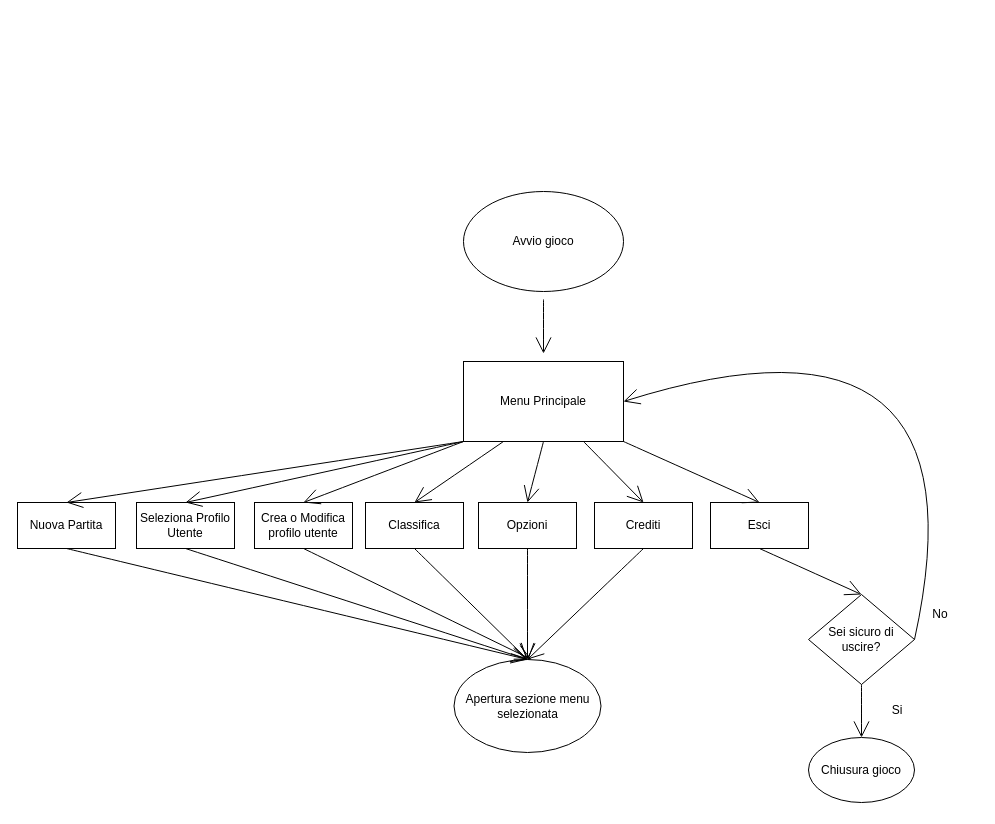
Earlier version of the draw.io diagram doc/Progetti Drawio/MenuPricipaleFlowChart.drawio (zSavT/Healthy-Catering). Source tidied: cells renumbered, new cells numbered last; positions are measured from the earlier drawing's top-left corner, leaving out a move shared by most shapes. Both pictures are drawn from the tidied source at 100%, with x=0, y=0 at pixel (17, 191).
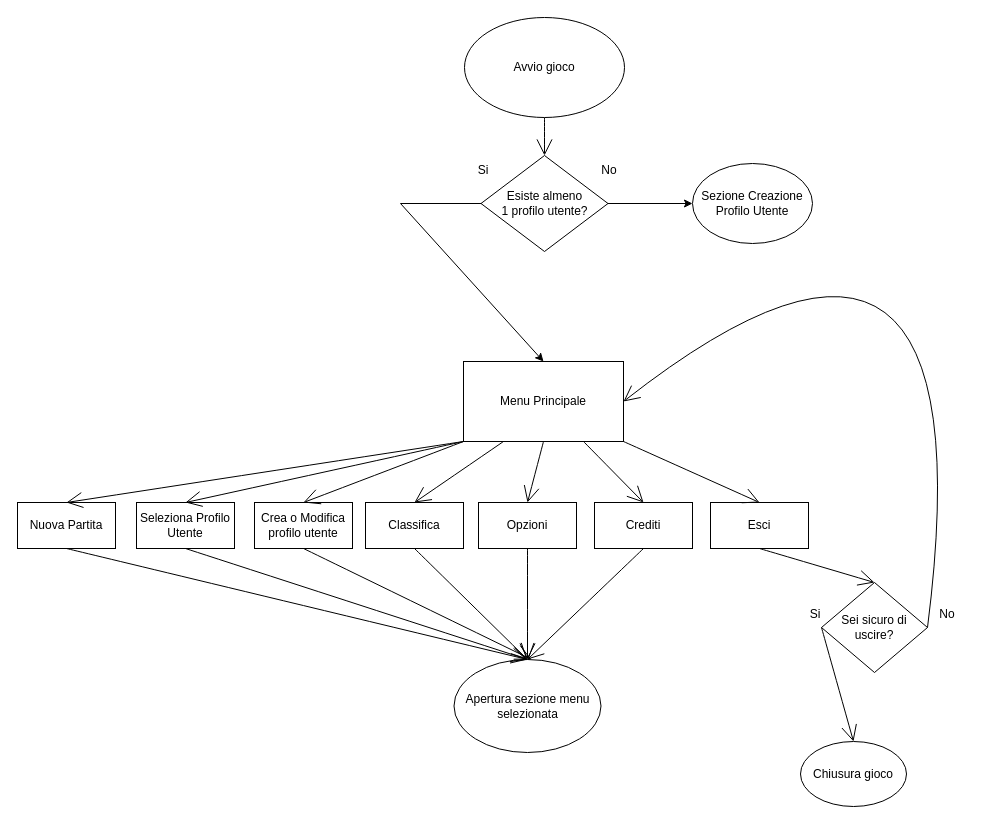
The same page after the edit.

Unchanged cells that the change refers to:
```xml
<mxCell id="2" value="Menu Principale" style="rounded=0;whiteSpace=wrap;html=1;hachureGap=4;" parent="1" vertex="1">
  <mxGeometry x="446" y="170" width="160" height="80" as="geometry" />
</mxCell>
```

Diff of the diagram source:
```diff
@@
-    <mxCell id="3" style="edgeStyle=none;curved=1;rounded=0;jettySize=auto;html=1;endArrow=open;startSize=14;endSize=14;sourcePerimeterSpacing=8;targetPerimeterSpacing=8;" parent="1" edge="1" source="4" target="2">
+    <mxCell id="3" style="edgeStyle=none;curved=1;rounded=0;jettySize=auto;html=1;endArrow=open;startSize=14;endSize=14;sourcePerimeterSpacing=8;targetPerimeterSpacing=8;exitX=0.5;exitY=1;exitDx=0;exitDy=0;entryX=0.5;entryY=0;entryDx=0;entryDy=0;" parent="1" edge="1" source="4" target="33">
       <mxGeometry relative="1" as="geometry" />
     </mxCell>
     <mxCell id="4" value="Avvio gioco" style="ellipse;whiteSpace=wrap;html=1;hachureGap=4;" parent="1" vertex="1">
-      <mxGeometry x="446" width="160" height="100" as="geometry" />
+      <mxGeometry x="447" y="-174" width="160" height="100" as="geometry" />
     </mxCell>
@@
     <mxCell id="7" value="Sei sicuro di uscire?" style="rhombus;whiteSpace=wrap;html=1;hachureGap=4;" parent="1" vertex="1">
-      <mxGeometry x="791" y="403" width="106" height="90" as="geometry" />
+      <mxGeometry x="804" y="391" width="106" height="90" as="geometry" />
     </mxCell>
@@
     <mxCell id="9" value="No" style="text;strokeColor=none;fillColor=none;html=1;align=center;verticalAlign=middle;whiteSpace=wrap;rounded=0;hachureGap=4;" parent="1" vertex="1">
-      <mxGeometry x="893" y="408" width="60" height="30" as="geometry" />
+      <mxGeometry x="900" y="408" width="60" height="30" as="geometry" />
     </mxCell>
     <mxCell id="10" value="Chiusura gioco" style="ellipse;whiteSpace=wrap;html=1;hachureGap=4;" parent="1" vertex="1">
-      <mxGeometry x="791" y="546" width="106" height="65" as="geometry" />
+      <mxGeometry x="783" y="550" width="106" height="65" as="geometry" />
     </mxCell>
-    <mxCell id="11" style="edgeStyle=none;jettySize=auto;html=1;rounded=0;endArrow=open;startSize=14;endSize=14;sourcePerimeterSpacing=8;targetPerimeterSpacing=8;curved=1;entryX=0.5;entryY=0;entryDx=0;entryDy=0;exitX=0.5;exitY=1;exitDx=0;exitDy=0;" parent="1" edge="1" source="7" target="10">
+    <mxCell id="11" style="edgeStyle=none;jettySize=auto;html=1;rounded=0;endArrow=open;startSize=14;endSize=14;sourcePerimeterSpacing=8;targetPerimeterSpacing=8;curved=1;entryX=0.5;entryY=0;entryDx=0;entryDy=0;exitX=0;exitY=0.5;exitDx=0;exitDy=0;" parent="1" edge="1" source="7" target="10">
       <mxGeometry relative="1" as="geometry" />
     </mxCell>
     <mxCell id="12" value="Si" style="text;strokeColor=none;fillColor=none;html=1;align=center;verticalAlign=middle;whiteSpace=wrap;rounded=0;hachureGap=4;" parent="1" vertex="1">
-      <mxGeometry x="850" y="504" width="60" height="30" as="geometry" />
+      <mxGeometry x="768" y="408" width="60" height="30" as="geometry" />
     </mxCell>
@@
     <mxCell id="26" style="edgeStyle=none;jettySize=auto;html=1;rounded=0;endArrow=open;startSize=14;endSize=14;sourcePerimeterSpacing=8;targetPerimeterSpacing=8;curved=1;exitX=1;exitY=0.5;exitDx=0;exitDy=0;entryX=1;entryY=0.5;entryDx=0;entryDy=0;" parent="1" edge="1" source="7" target="2">
       <mxGeometry relative="1" as="geometry">
         <Array as="points">
-          <mxPoint x="975" y="94" />
+          <mxPoint x="976" y="-80" />
         </Array>
       </mxGeometry>
     </mxCell>
@@
+    <mxCell id="33" value="Esiste almeno&lt;br&gt;1 profilo utente?" style="rhombus;whiteSpace=wrap;html=1;" parent="1" vertex="1">
+      <mxGeometry x="463.5" y="-36" width="127" height="96" as="geometry" />
+    </mxCell>
+    <mxCell id="34" value="Si" style="text;html=1;strokeColor=none;fillColor=none;align=center;verticalAlign=middle;whiteSpace=wrap;rounded=0;" parent="1" vertex="1">
+      <mxGeometry x="436" y="-36" width="60" height="30" as="geometry" />
+    </mxCell>
+    <mxCell id="35" value="No" style="text;html=1;strokeColor=none;fillColor=none;align=center;verticalAlign=middle;whiteSpace=wrap;rounded=0;" parent="1" vertex="1">
+      <mxGeometry x="562" y="-36" width="60" height="30" as="geometry" />
+    </mxCell>
+    <mxCell id="36" style="endArrow=classic;html=1;rounded=0;exitX=0;exitY=0.5;exitDx=0;exitDy=0;entryX=0.5;entryY=0;entryDx=0;entryDy=0;" parent="1" edge="1" source="33" target="2">
+      <mxGeometry relative="1" as="geometry">
+        <Array as="points">
+          <mxPoint x="383" y="12" />
+        </Array>
+      </mxGeometry>
+    </mxCell>
+    <mxCell id="37" value="Sezione Creazione Profilo Utente" style="ellipse;whiteSpace=wrap;html=1;" parent="1" vertex="1">
+      <mxGeometry x="675" y="-28" width="120" height="80" as="geometry" />
+    </mxCell>
+    <mxCell id="38" style="endArrow=classic;html=1;rounded=0;exitX=1;exitY=0.5;exitDx=0;exitDy=0;entryX=0;entryY=0.5;entryDx=0;entryDy=0;" parent="1" edge="1" source="33" target="37">
+      <mxGeometry relative="1" as="geometry" />
+    </mxCell>
```
